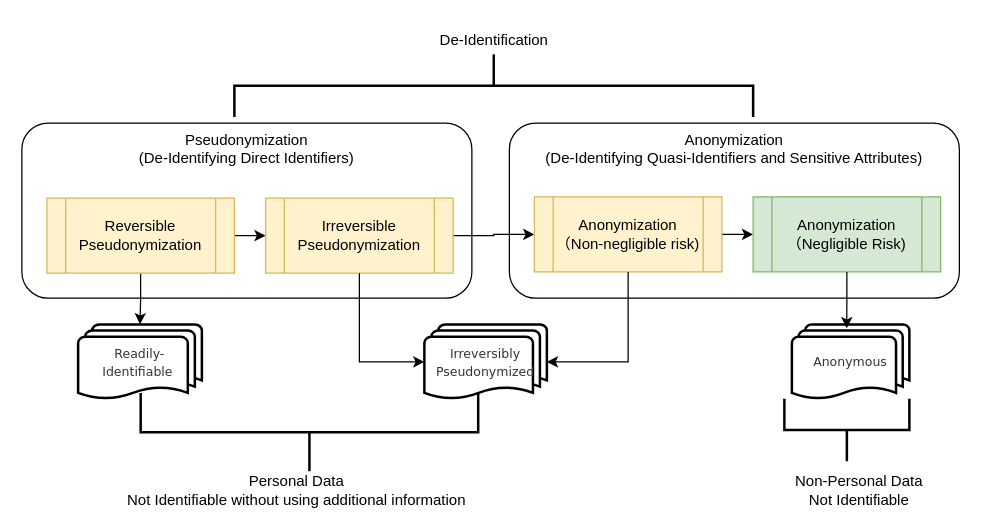
The draw.io diagram input/images-source/relationships-between-concepts.drawio in IHE/ITI.DeIdHandbook, before the edit. Source tidied: cells renumbered, new cells numbered last; positions are measured from the earlier drawing's top-left corner, leaving out a move shared by most shapes. Both pictures are drawn from the tidied source at 125%, with x=0, y=0 at pixel (21, -175).
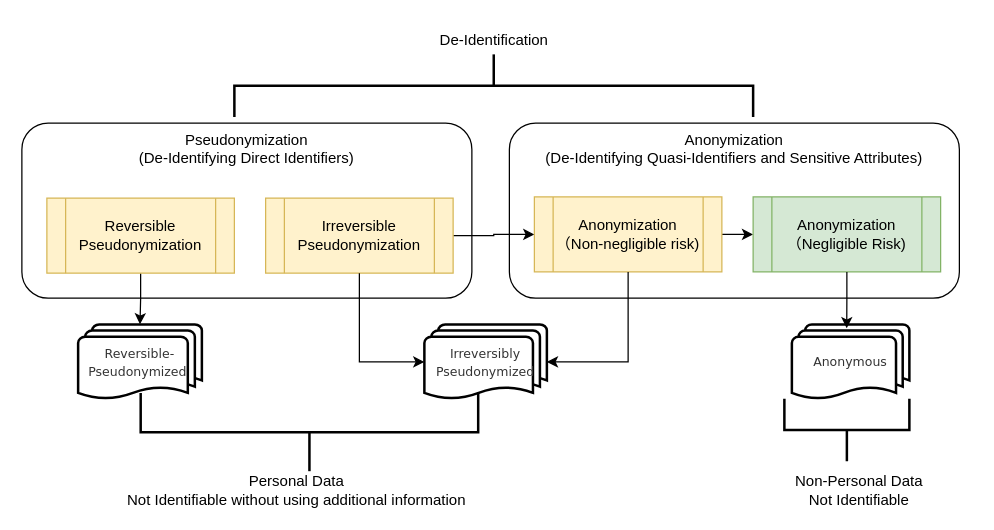
Above is the later version.

Commit message (it also covers changes not shown here):
Update terminology: replace 'readily-identifiable' with 'reversible-pseudonymized' throughout documentation and diagrams

The change refers to these unchanged cells:
```xml
<mxCell id="6" value="Reversible Pseudonymization" style="shape=process;whiteSpace=wrap;html=1;backgroundOutline=1;fillColor=#fff2cc;strokeColor=#d6b656;" parent="1" vertex="1">
  <mxGeometry x="20" y="298" width="150" height="60" as="geometry" />
</mxCell>
<mxCell id="8" value="Irreversible Pseudonymization" style="shape=process;whiteSpace=wrap;html=1;backgroundOutline=1;fillColor=#fff2cc;strokeColor=#d6b656;" parent="1" vertex="1">
  <mxGeometry x="195" y="298" width="150" height="60" as="geometry" />
</mxCell>
```

Diff of the diagram source:
```diff
@@
-    <mxCell id="5" style="edgeStyle=orthogonalEdgeStyle;rounded=0;jettySize=auto;html=1;exitX=1;exitY=0.5;exitDx=0;exitDy=0;entryX=0;entryY=0.5;entryDx=0;entryDy=0;" parent="1" edge="1" source="6" target="8">
-      <mxGeometry relative="1" as="geometry" />
-    </mxCell>
@@
-    <mxCell id="18" value="&lt;span style=&quot;box-sizing: border-box; caret-color: rgb(51, 51, 51); color: rgb(51, 51, 51); font-family: verdana; text-align: start;&quot;&gt;&lt;font style=&quot;font-size: 10px;&quot;&gt;Readily-Identifiable&lt;span style=&quot;&quot; class=&quot;Apple-converted-space&quot;&gt;&amp;nbsp;&lt;/span&gt;&lt;/font&gt;&lt;/span&gt;" style="strokeWidth=2;html=1;shape=mxgraph.flowchart.multi-document;whiteSpace=wrap;" parent="1" vertex="1">
+    <mxCell id="18" value="&lt;span style=&quot;box-sizing: border-box; caret-color: rgb(51, 51, 51); color: rgb(51, 51, 51); font-family: verdana; text-align: start;&quot;&gt;&lt;font style=&quot;font-size: 10px;&quot;&gt;Reversible-Pseudonymized&lt;span style=&quot;&quot; class=&quot;Apple-converted-space&quot;&gt;&amp;nbsp;&lt;/span&gt;&lt;/font&gt;&lt;/span&gt;" style="strokeWidth=2;html=1;shape=mxgraph.flowchart.multi-document;whiteSpace=wrap;" parent="1" vertex="1">
       <mxGeometry x="45" y="399" width="99" height="60" as="geometry" />
     </mxCell>
```
